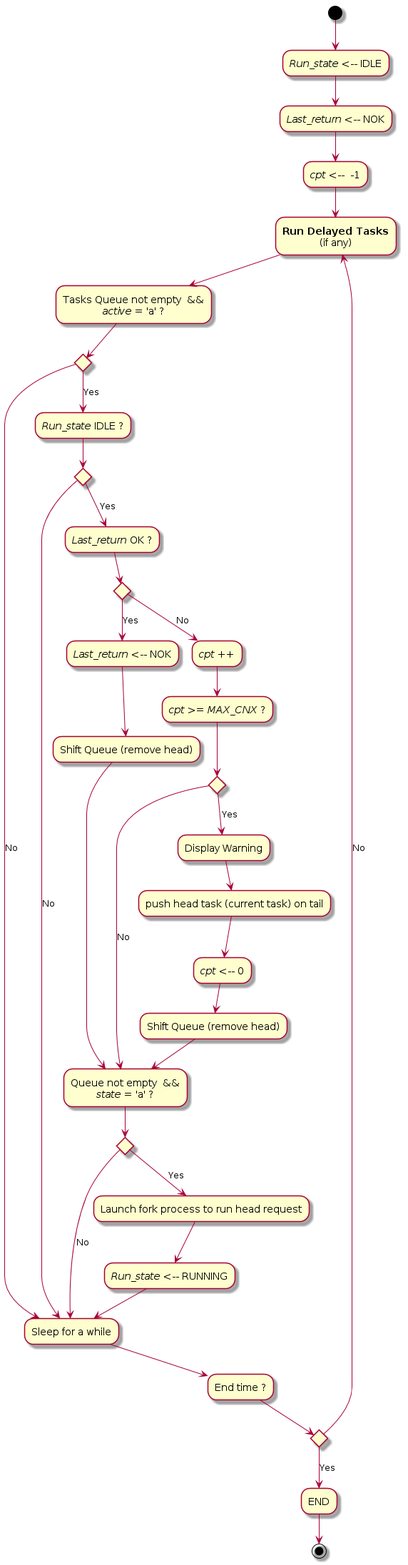
tof25/DST keeps this PlantUML diagram as doc/UML/Algo_run_tasks_queue.png. Above is the earlier version.
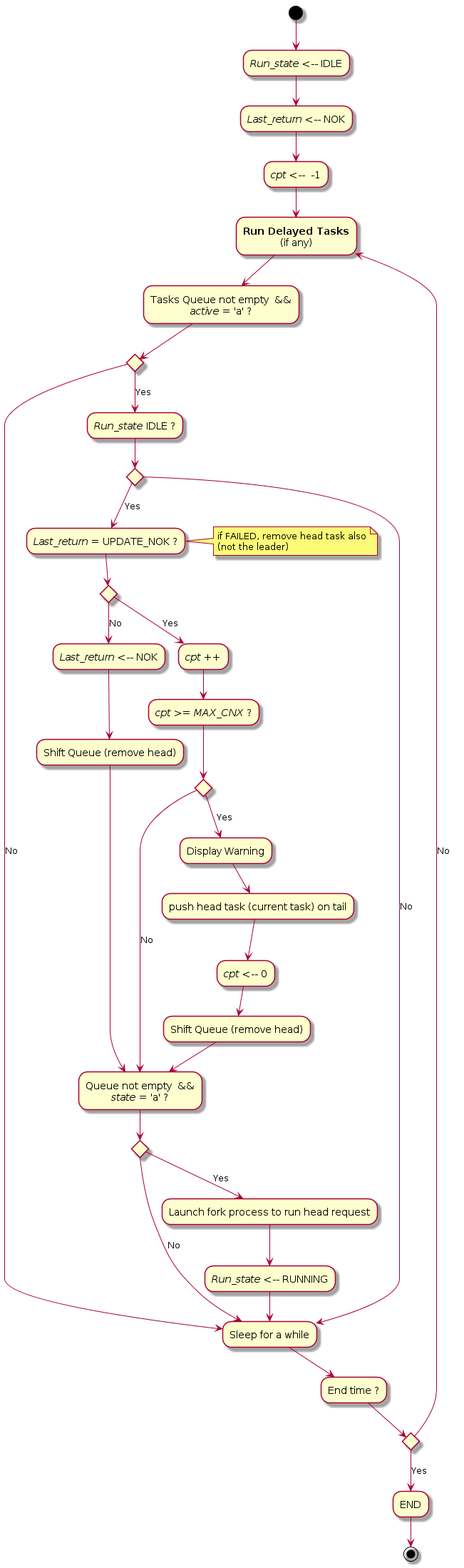
The same file after the commit.

Commit message:
MàJ Algo_run_tasks_queue

Diff of the diagram source:
```diff
@@ -19,13 +19,14 @@
 else
     -->[Yes] "<i>Run_state</i> IDLE ?"
     if "" then
-        -->[Yes] "<i>Last_return</i> OK ?"
+        -->[Yes] "<i>Last_return</i> = UPDATE_NOK ?"
+        note right : if FAILED, remove head task also\n(not the leader)
         if "" then
-            -->[Yes] "<i>Last_return</i> <-- NOK"
+            -->[No] "<i>Last_return</i> <-- NOK"
             --> "Shift Queue (remove head)" as q3
             --> "Queue not empty  &&\n<i>state</i> = 'a' ?" as q2
         else
-            -->[No] "<i>cpt</i> ++"
+            -->[Yes] "<i>cpt</i> ++"
             --> "<i>cpt</i> >= <i>MAX_CNX</i> ?"
             if "" then
                 -->[Yes] "Display Warning"
```
